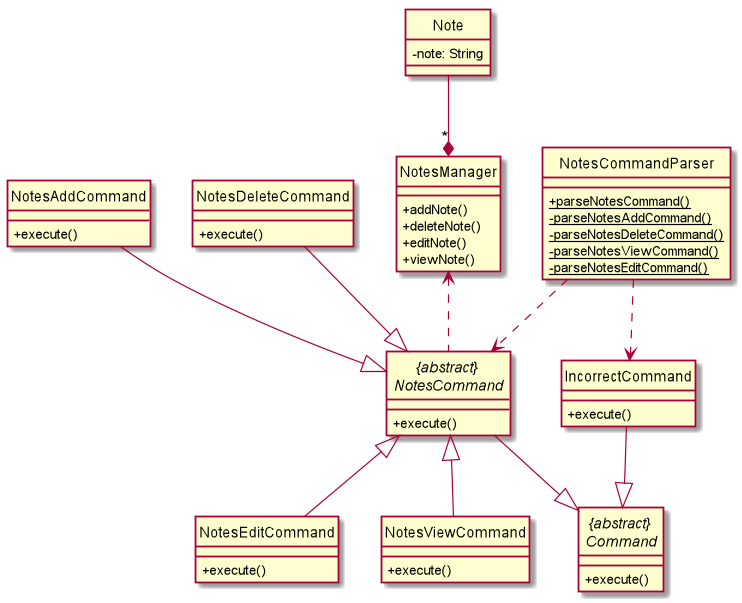
This is docs/diagrams/NotesClassDiagram.png from wangqinNick/tp, a PlantUML export, as it was before one commit. The source it was exported from:
```plantuml
@startuml

hide circle
skinparam classAttributeIconSize 0

class NotesAddCommand
class NotesDeleteCommand
class NotesEditCommand
class NotesManager
class Note

class "NotesCommandParser" {
    + {static} parseNotesCommand()
    - {static} parseNotesAddCommand()
    - {static} parseNotesDeleteCommand()
    - {static} parseNotesViewCommand()
    - {static} parseNotesEditCommand()
}

class NotesManager {
    + addNote()
    + deleteNote()
    + editNote()
    + viewNote()
}

class Note {
    - note: String
}

abstract class "{abstract} \n Command " {
    + execute()
}

abstract class "{abstract} \n NotesCommand " {
    + execute()
}

class IncorrectCommand {
    + execute()
}

class NotesAddCommand {
    + execute()
}

class NotesDeleteCommand {
    + execute()
}

class NotesEditCommand {
    + execute()
}

class NotesViewCommand {
    + execute()
}

Note --* "*" NotesManager
NotesManager <.. "{abstract} \n NotesCommand "

"{abstract} \n NotesCommand " --|> "{abstract} \n Command "
IncorrectCommand --|> "{abstract} \n Command "

"{abstract} \n NotesCommand " <|-- NotesEditCommand
 NotesDeleteCommand  --|> "{abstract} \n NotesCommand "
"{abstract} \n NotesCommand " <|-- NotesViewCommand
NotesAddCommand  --|> "{abstract} \n NotesCommand "



NotesCommandParser ..> IncorrectCommand
NotesCommandParser ..> "{abstract} \n NotesCommand "


@enduml
```
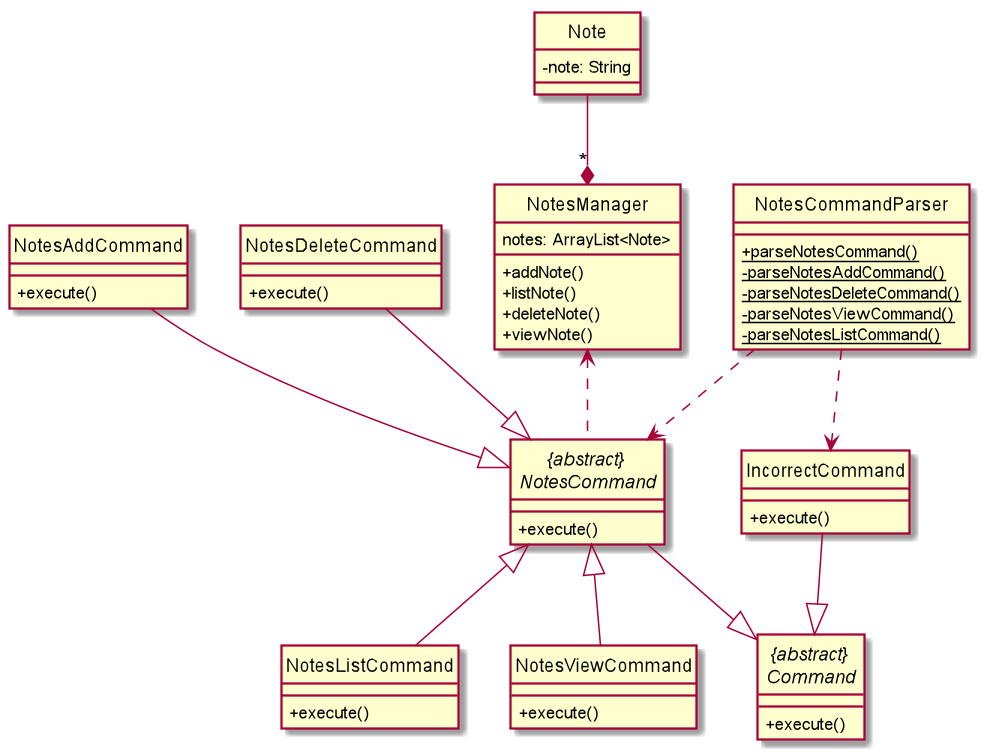
After the commit.

Commit message:
Edit notes class diagram

Diff of the diagram source:
```diff
@@ -5,7 +5,8 @@
 
 class NotesAddCommand
 class NotesDeleteCommand
-class NotesEditCommand
+class NotesListCommand
+class NotesViewCommand
 class NotesManager
 class Note
 
@@ -14,13 +15,14 @@
     - {static} parseNotesAddCommand()
     - {static} parseNotesDeleteCommand()
     - {static} parseNotesViewCommand()
-    - {static} parseNotesEditCommand()
+    - {static} parseNotesListCommand()
 }
 
 class NotesManager {
+    notes: ArrayList<Note>
     + addNote()
+    + listNote()
     + deleteNote()
-    + editNote()
     + viewNote()
 }
 
@@ -48,7 +50,7 @@
     + execute()
 }
 
-class NotesEditCommand {
+class NotesListCommand {
     + execute()
 }
 
@@ -62,7 +64,7 @@
 "{abstract} \n NotesCommand " --|> "{abstract} \n Command "
 IncorrectCommand --|> "{abstract} \n Command "
 
-"{abstract} \n NotesCommand " <|-- NotesEditCommand
+"{abstract} \n NotesCommand " <|-- NotesListCommand
  NotesDeleteCommand  --|> "{abstract} \n NotesCommand "
 "{abstract} \n NotesCommand " <|-- NotesViewCommand
 NotesAddCommand  --|> "{abstract} \n NotesCommand "
```
